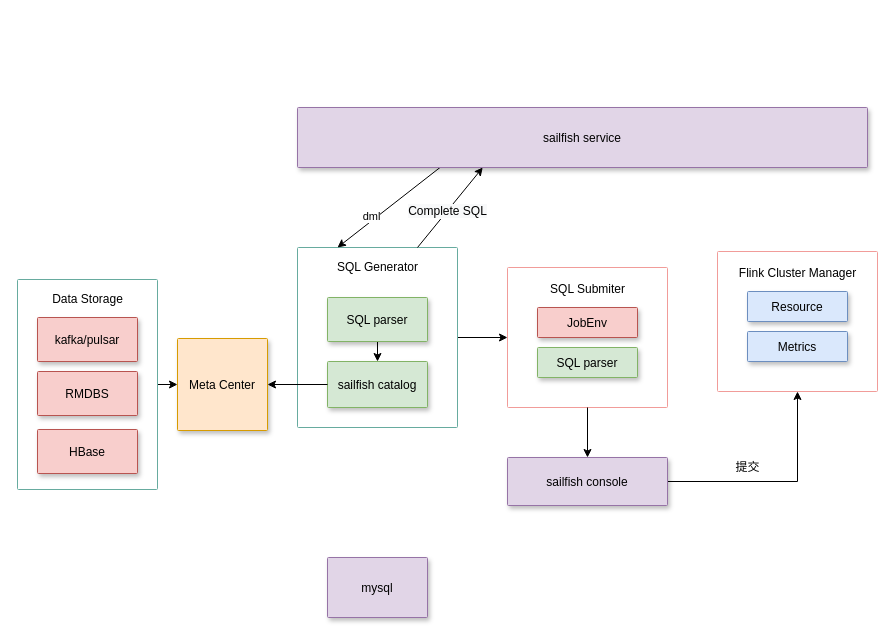
The draw.io diagram sailfish.drawio in jinyaqia/blog-comment, before the edit. Source tidied: cells renumbered, new cells numbered last; positions are measured from the earlier drawing's top-left corner, leaving out a move shared by most shapes. Both pictures are drawn from the tidied source at 100%, with x=0, y=0 at pixel (17, 107).
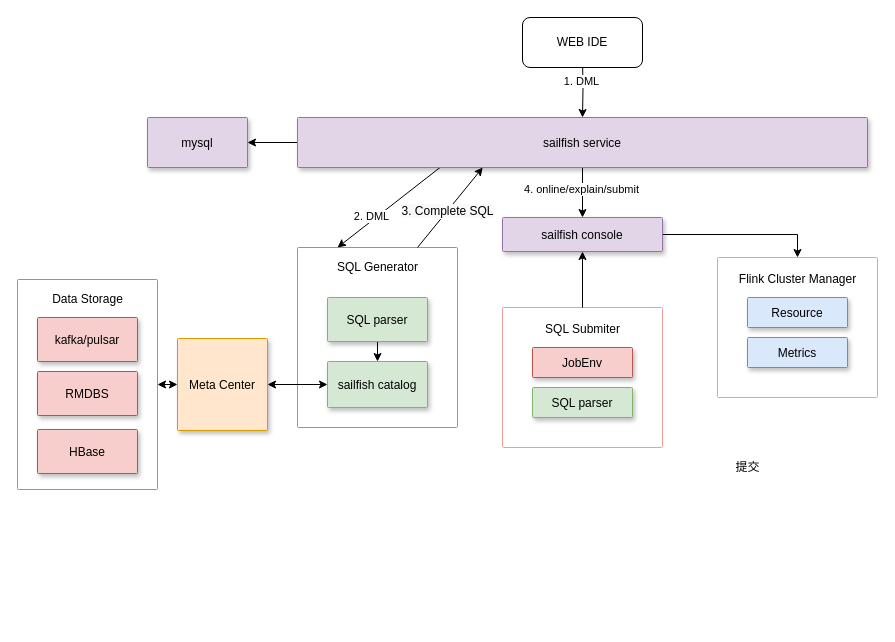
The same page after the edit.

Unchanged cells that the change refers to:
```xml
<mxCell id="3" value="Meta Center" style="strokeColor=#d79b00;shadow=1;strokeWidth=1;rounded=1;absoluteArcSize=1;arcSize=2;fillColor=#ffe6cc;" parent="1" vertex="1">
  <mxGeometry x="160" y="231" width="90" height="92" as="geometry" />
</mxCell>
<mxCell id="6" style="strokeColor=#67AB9F;shadow=0;strokeWidth=1;rounded=1;absoluteArcSize=1;arcSize=2;" parent="5" vertex="1">
  <mxGeometry width="140" height="210" as="geometry" />
</mxCell>
<mxCell id="12" style="strokeColor=#F19C99;shadow=0;strokeWidth=1;rounded=1;absoluteArcSize=1;arcSize=2;" parent="11" vertex="1">
  <mxGeometry width="160" height="140" as="geometry" />
</mxCell>
<mxCell id="25" style="strokeColor=#67AB9F;shadow=0;strokeWidth=1;rounded=1;absoluteArcSize=1;arcSize=2;" parent="24" vertex="1">
  <mxGeometry width="160" height="180" as="geometry" />
</mxCell>
<mxCell id="26" value="sailfish catalog" style="strokeColor=#82b366;shadow=1;strokeWidth=1;rounded=1;absoluteArcSize=1;arcSize=2;fillColor=#d5e8d4;" parent="24" vertex="1">
  <mxGeometry x="30" y="114" width="100" height="46" as="geometry" />
</mxCell>
<mxCell id="32" style="rounded=0;jettySize=auto;html=1;exitX=0.25;exitY=1;exitDx=0;exitDy=0;entryX=0.25;entryY=0;entryDx=0;entryDy=0;" parent="1" edge="1" source="34" target="25">
  <mxGeometry relative="1" as="geometry" />
</mxCell>
<mxCell id="35" style="edgeStyle=none;rounded=0;jettySize=auto;html=1;entryX=0.325;entryY=1;entryDx=0;entryDy=0;exitX=0.75;exitY=0;exitDx=0;exitDy=0;entryPerimeter=0;" parent="1" edge="1" source="25" target="34">
  <mxGeometry relative="1" as="geometry" />
</mxCell>
```

The edit, as a diff of the source:
```diff
@@
     <mxCell id="2" value="mysql" style="strokeColor=#9673a6;shadow=1;strokeWidth=1;rounded=1;absoluteArcSize=1;arcSize=2;fillColor=#e1d5e7;" parent="1" vertex="1">
-      <mxGeometry x="310" y="450" width="100" height="60" as="geometry" />
+      <mxGeometry x="130" y="10" width="100" height="50" as="geometry" />
     </mxCell>
@@
-    <mxCell id="4" style="edgeStyle=none;rounded=0;jettySize=auto;html=1;" parent="1" edge="1" source="6" target="3">
+    <mxCell id="4" style="edgeStyle=none;rounded=0;jettySize=auto;html=1;startArrow=classic;startFill=1;" parent="1" edge="1" source="6" target="3">
       <mxGeometry relative="1" as="geometry" />
     </mxCell>
@@
     <mxCell id="11" style="group;" parent="1" vertex="1">
-      <mxGeometry x="490" y="160" width="160" height="140" as="geometry" />
+      <mxGeometry x="485" y="200" width="160" height="140" as="geometry" />
     </mxCell>
@@
-    <mxCell id="16" style="edgeStyle=orthogonalEdgeStyle;rounded=0;jettySize=auto;html=1;entryX=0.5;entryY=1;entryDx=0;entryDy=0;" parent="1" edge="1" source="17" target="18">
+    <mxCell id="16" style="edgeStyle=orthogonalEdgeStyle;rounded=0;jettySize=auto;html=1;entryX=0.5;entryY=0;entryDx=0;entryDy=0;" parent="1" edge="1" source="17" target="18">
       <mxGeometry relative="1" as="geometry" />
     </mxCell>
     <mxCell id="17" value="sailfish console" style="strokeColor=#9673a6;shadow=1;strokeWidth=1;rounded=1;absoluteArcSize=1;arcSize=2;fillColor=#e1d5e7;" parent="1" vertex="1">
-      <mxGeometry x="490" y="350" width="160" height="48" as="geometry" />
+      <mxGeometry x="485" y="110" width="160" height="34" as="geometry" />
     </mxCell>
-    <mxCell id="18" style="strokeColor=#F19C99;shadow=0;strokeWidth=1;rounded=1;absoluteArcSize=1;arcSize=2;" parent="1" vertex="1">
-      <mxGeometry x="700" y="144" width="160" height="140" as="geometry" />
-    </mxCell>
-    <mxCell id="19" value="Flink Cluster Manager" style="text;html=1;align=center;verticalAlign=middle;fillColor=none;strokeColor=none;rounded=0;shadow=1;" parent="1" vertex="1">
-      <mxGeometry x="715" y="156" width="130" height="20" as="geometry" />
-    </mxCell>
-    <mxCell id="20" value="Resource" style="strokeColor=#6c8ebf;shadow=1;strokeWidth=1;rounded=1;absoluteArcSize=1;arcSize=2;fillColor=#dae8fc;" parent="1" vertex="1">
-      <mxGeometry x="730" y="184" width="100" height="30" as="geometry" />
-    </mxCell>
-    <mxCell id="21" value="Metrics" style="strokeColor=#6c8ebf;shadow=1;strokeWidth=1;rounded=1;absoluteArcSize=1;arcSize=2;fillColor=#dae8fc;" parent="1" vertex="1">
-      <mxGeometry x="730" y="224" width="100" height="30" as="geometry" />
-    </mxCell>
-    <mxCell id="22" style="edgeStyle=none;rounded=0;jettySize=auto;html=1;entryX=0;entryY=0.5;entryDx=0;entryDy=0;" parent="1" edge="1" source="25" target="12">
-      <mxGeometry relative="1" as="geometry" />
-    </mxCell>
@@
-    <mxCell id="30" style="rounded=0;jettySize=auto;html=1;entryX=1;entryY=0.5;entryDx=0;entryDy=0;" parent="1" edge="1" source="26" target="3">
+    <mxCell id="30" style="rounded=0;jettySize=auto;html=1;entryX=1;entryY=0.5;entryDx=0;entryDy=0;startArrow=classic;startFill=1;" parent="1" edge="1" source="26" target="3">
       <mxGeometry relative="1" as="geometry" />
     </mxCell>
@@
-    <mxCell id="33" value="dml" style="edgeLabel;html=1;align=center;verticalAlign=middle;" parent="32" vertex="1">
+    <mxCell id="33" value="2. DML" style="edgeLabel;html=1;align=center;verticalAlign=middle;" parent="32" vertex="1">
       <mxGeometry x="0.29" y="-4" relative="1" as="geometry" />
     </mxCell>
+    <mxCell id="37" style="edgeStyle=orthogonalEdgeStyle;rounded=0;jettySize=auto;html=1;entryX=1;entryY=0.5;entryDx=0;entryDy=0;startArrow=none;startFill=0;" parent="1" edge="1" source="34" target="2">
+      <mxGeometry relative="1" as="geometry" />
+    </mxCell>
+    <mxCell id="38" style="edgeStyle=orthogonalEdgeStyle;rounded=0;jettySize=auto;html=1;startArrow=none;startFill=0;" parent="1" edge="1" source="34" target="17">
+      <mxGeometry relative="1" as="geometry" />
+    </mxCell>
+    <mxCell id="39" value="4. online/explain/submit" style="edgeLabel;html=1;align=center;verticalAlign=middle;" parent="38" vertex="1">
+      <mxGeometry x="-0.16" y="-2" relative="1" as="geometry" />
+    </mxCell>
     <mxCell id="34" value="sailfish service" style="strokeColor=#9673a6;shadow=1;strokeWidth=1;rounded=1;absoluteArcSize=1;arcSize=2;fillColor=#e1d5e7;" parent="1" vertex="1">
-      <mxGeometry x="280" width="570" height="60" as="geometry" />
+      <mxGeometry x="280" y="10" width="570" height="50" as="geometry" />
     </mxCell>
@@
-    <mxCell id="36" value="&lt;span style=&quot;font-size: 12px ; background-color: rgb(248 , 249 , 250)&quot;&gt;Complete SQL&lt;/span&gt;" style="edgeLabel;html=1;align=center;verticalAlign=middle;" parent="35" vertex="1">
+    <mxCell id="36" value="&lt;span style=&quot;font-size: 12px ; background-color: rgb(248 , 249 , 250)&quot;&gt;3. Complete SQL&lt;/span&gt;" style="edgeLabel;html=1;align=center;verticalAlign=middle;" parent="35" vertex="1">
       <mxGeometry x="-0.09" relative="1" as="geometry" />
     </mxCell>
+    <mxCell id="40" style="edgeStyle=orthogonalEdgeStyle;rounded=0;jettySize=auto;html=1;startArrow=classic;startFill=1;" parent="1" edge="1" target="34">
+      <mxGeometry relative="1" as="geometry">
+        <mxPoint x="565" y="-50" as="sourcePoint" />
+      </mxGeometry>
+    </mxCell>
+    <mxCell id="41" value="1. DML" style="edgeLabel;html=1;align=center;verticalAlign=middle;" parent="40" vertex="1">
+      <mxGeometry x="-0.23" y="-2" relative="1" as="geometry" />
+    </mxCell>
+    <mxCell id="42" value="WEB IDE" style="rounded=1;whiteSpace=wrap;html=1;" parent="1" vertex="1">
+      <mxGeometry x="505" y="-90" width="120" height="50" as="geometry" />
+    </mxCell>
+    <mxCell id="43" style="group;" parent="1" vertex="1">
+      <mxGeometry x="700" y="150" width="160" height="140" as="geometry" />
+    </mxCell>
+    <mxCell id="18" style="strokeColor=#F19C99;shadow=0;strokeWidth=1;rounded=1;absoluteArcSize=1;arcSize=2;" parent="43" vertex="1">
+      <mxGeometry width="160" height="140" as="geometry" />
+    </mxCell>
+    <mxCell id="19" value="Flink Cluster Manager" style="text;html=1;align=center;verticalAlign=middle;fillColor=none;strokeColor=none;rounded=0;shadow=1;" parent="43" vertex="1">
+      <mxGeometry x="15" y="12" width="130" height="20" as="geometry" />
+    </mxCell>
+    <mxCell id="20" value="Resource" style="strokeColor=#6c8ebf;shadow=1;strokeWidth=1;rounded=1;absoluteArcSize=1;arcSize=2;fillColor=#dae8fc;" parent="43" vertex="1">
+      <mxGeometry x="30" y="40" width="100" height="30" as="geometry" />
+    </mxCell>
+    <mxCell id="21" value="Metrics" style="strokeColor=#6c8ebf;shadow=1;strokeWidth=1;rounded=1;absoluteArcSize=1;arcSize=2;fillColor=#dae8fc;" parent="43" vertex="1">
+      <mxGeometry x="30" y="80" width="100" height="30" as="geometry" />
+    </mxCell>
```
